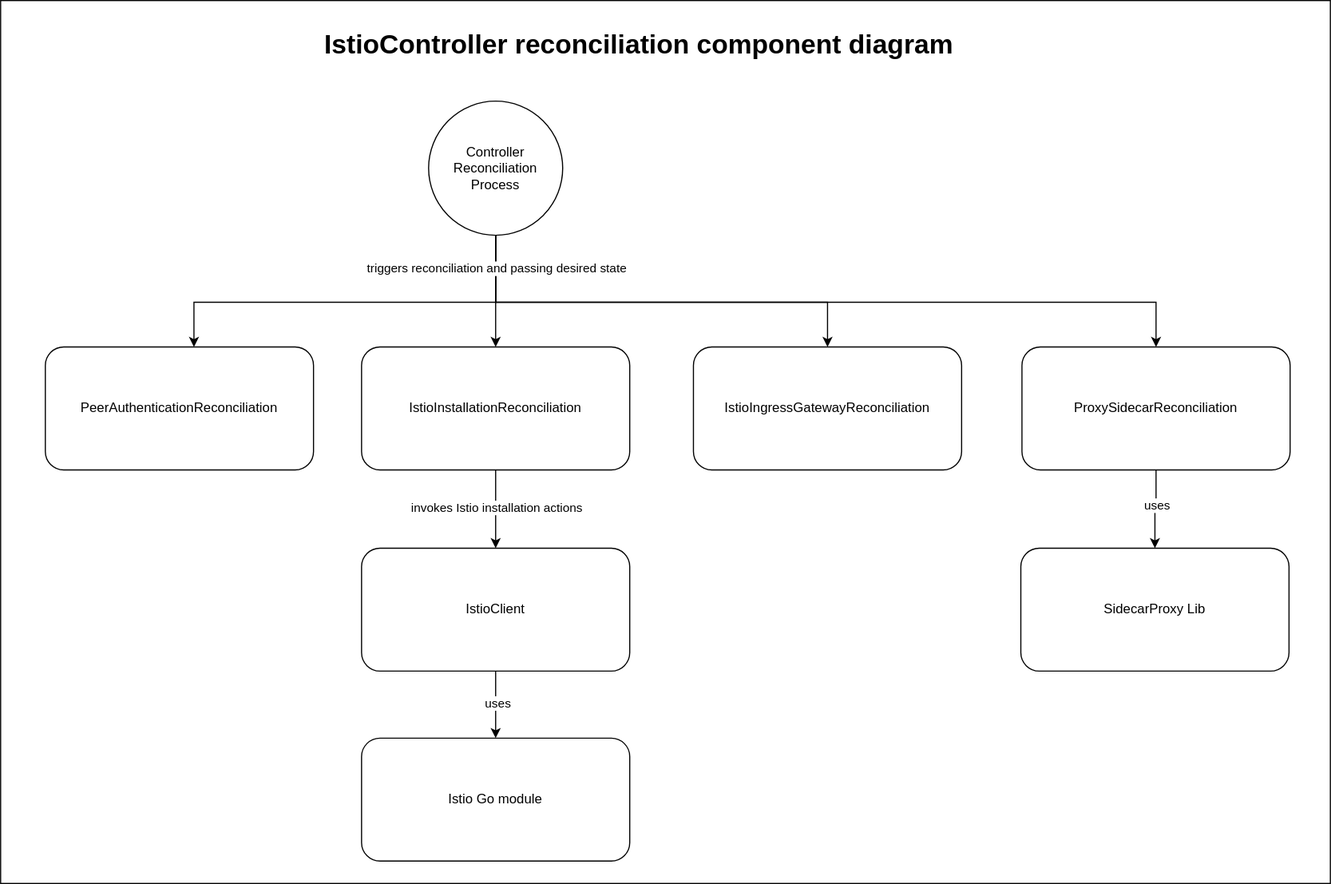
kyma-project/istio keeps this draw.io diagram as docs/assets/controller-component-diagram.svg. Above is the earlier version. Source tidied: cells renumbered, new cells last; positions are measured from the earlier drawing's top-left corner, leaving out a move shared by most shapes. Its diagram source:
```xml
<mxGraphModel>
  <root>
    <mxCell id="0" />
    <mxCell id="1" parent="0" />
    <mxCell id="2" style="rounded=0;whiteSpace=wrap;html=1;fillColor=none;" parent="1" vertex="1">
      <mxGeometry width="1190" height="790" as="geometry" />
    </mxCell>
    <mxCell id="3" style="edgeStyle=orthogonalEdgeStyle;rounded=0;jettySize=auto;html=1;entryX=0.5;entryY=0;entryDx=0;entryDy=0;" parent="1" edge="1" source="5" target="18">
      <mxGeometry relative="1" as="geometry" />
    </mxCell>
    <mxCell id="4" value="invokes Istio installation actions" style="edgeLabel;html=1;align=center;verticalAlign=middle;" parent="3" vertex="1">
      <mxGeometry x="-0.07" relative="1" as="geometry" />
    </mxCell>
    <mxCell id="5" value="IstioInstallationReconciliation" style="rounded=1;whiteSpace=wrap;html=1;" parent="1" vertex="1">
      <mxGeometry x="323" y="310" width="240" height="110" as="geometry" />
    </mxCell>
    <mxCell id="6" style="edgeStyle=orthogonalEdgeStyle;rounded=0;jettySize=auto;html=1;entryX=0.5;entryY=0;entryDx=0;entryDy=0;" parent="1" edge="1" target="5">
      <mxGeometry relative="1" as="geometry">
        <mxPoint x="443" y="190" as="sourcePoint" />
      </mxGeometry>
    </mxCell>
    <mxCell id="7" style="edgeStyle=orthogonalEdgeStyle;rounded=0;jettySize=auto;html=1;exitX=0.5;exitY=1;exitDx=0;exitDy=0;" parent="1" edge="1" target="19">
      <mxGeometry relative="1" as="geometry">
        <mxPoint x="443" y="190" as="sourcePoint" />
        <Array as="points">
          <mxPoint x="443" y="270" />
          <mxPoint x="173" y="270" />
        </Array>
      </mxGeometry>
    </mxCell>
    <mxCell id="8" style="edgeStyle=orthogonalEdgeStyle;rounded=0;jettySize=auto;html=1;entryX=0.5;entryY=1;entryDx=0;entryDy=0;startArrow=classic;startFill=1;endArrow=none;endFill=0;" parent="1" edge="1" source="10" target="12">
      <mxGeometry relative="1" as="geometry" />
    </mxCell>
    <mxCell id="9" value="uses" style="edgeLabel;html=1;align=center;verticalAlign=middle;" parent="8" vertex="1">
      <mxGeometry x="0.12" relative="1" as="geometry" />
    </mxCell>
    <mxCell id="10" value="SidecarProxy Lib" style="rounded=1;whiteSpace=wrap;html=1;" parent="1" vertex="1">
      <mxGeometry x="913" y="490" width="240" height="110" as="geometry" />
    </mxCell>
    <mxCell id="11" style="edgeStyle=orthogonalEdgeStyle;rounded=0;jettySize=auto;html=1;entryX=0.5;entryY=1;entryDx=0;entryDy=0;startArrow=classic;startFill=1;endArrow=none;endFill=0;" parent="1" edge="1" source="12">
      <mxGeometry relative="1" as="geometry">
        <mxPoint x="443" y="190" as="targetPoint" />
        <Array as="points">
          <mxPoint x="1034" y="270" />
          <mxPoint x="443" y="270" />
        </Array>
      </mxGeometry>
    </mxCell>
    <mxCell id="12" value="ProxySidecarReconciliation" style="rounded=1;whiteSpace=wrap;html=1;" parent="1" vertex="1">
      <mxGeometry x="914" y="310" width="240" height="110" as="geometry" />
    </mxCell>
    <mxCell id="13" style="edgeStyle=orthogonalEdgeStyle;rounded=0;jettySize=auto;html=1;entryX=0.5;entryY=1;entryDx=0;entryDy=0;startArrow=classic;startFill=1;endArrow=none;endFill=0;" parent="1" edge="1" source="15">
      <mxGeometry relative="1" as="geometry">
        <mxPoint x="443" y="190" as="targetPoint" />
        <Array as="points">
          <mxPoint x="740" y="270" />
          <mxPoint x="443" y="270" />
        </Array>
      </mxGeometry>
    </mxCell>
    <mxCell id="14" value="triggers reconciliation and passing desired state" style="edgeLabel;html=1;align=center;verticalAlign=middle;" parent="13" vertex="1">
      <mxGeometry x="0.61" y="-1" relative="1" as="geometry">
        <mxPoint x="-1" y="-30" as="offset" />
      </mxGeometry>
    </mxCell>
    <mxCell id="15" value="IstioIngressGatewayReconciliation" style="rounded=1;whiteSpace=wrap;html=1;" parent="1" vertex="1">
      <mxGeometry x="620" y="310" width="240" height="110" as="geometry" />
    </mxCell>
    <mxCell id="16" style="edgeStyle=orthogonalEdgeStyle;rounded=0;jettySize=auto;html=1;entryX=0.5;entryY=0;entryDx=0;entryDy=0;" parent="1" edge="1" source="18" target="22">
      <mxGeometry relative="1" as="geometry" />
    </mxCell>
    <mxCell id="17" value="uses" style="edgeLabel;html=1;align=center;verticalAlign=middle;" parent="16" vertex="1">
      <mxGeometry x="-0.07" y="1" relative="1" as="geometry" />
    </mxCell>
    <mxCell id="18" value="IstioClient" style="rounded=1;whiteSpace=wrap;html=1;" parent="1" vertex="1">
      <mxGeometry x="323" y="490" width="240" height="110" as="geometry" />
    </mxCell>
    <mxCell id="19" value="PeerAuthenticationReconciliation" style="rounded=1;whiteSpace=wrap;html=1;" parent="1" vertex="1">
      <mxGeometry x="40" y="310" width="240" height="110" as="geometry" />
    </mxCell>
    <mxCell id="20" value="&lt;h1&gt;IstioController reconciliation component diagram&lt;/h1&gt;" style="text;html=1;strokeColor=none;fillColor=none;spacing=5;spacingTop=-20;whiteSpace=wrap;overflow=hidden;rounded=0;" parent="1" vertex="1">
      <mxGeometry x="285" y="20" width="620" height="50" as="geometry" />
    </mxCell>
    <mxCell id="21" value="Controller Reconciliation Process" style="ellipse;whiteSpace=wrap;html=1;" parent="1" vertex="1">
      <mxGeometry x="383" y="90" width="120" height="120" as="geometry" />
    </mxCell>
    <mxCell id="22" value="Istio Go module" style="rounded=1;whiteSpace=wrap;html=1;" parent="1" vertex="1">
      <mxGeometry x="323" y="660" width="240" height="110" as="geometry" />
    </mxCell>
  </root>
</mxGraphModel>
```
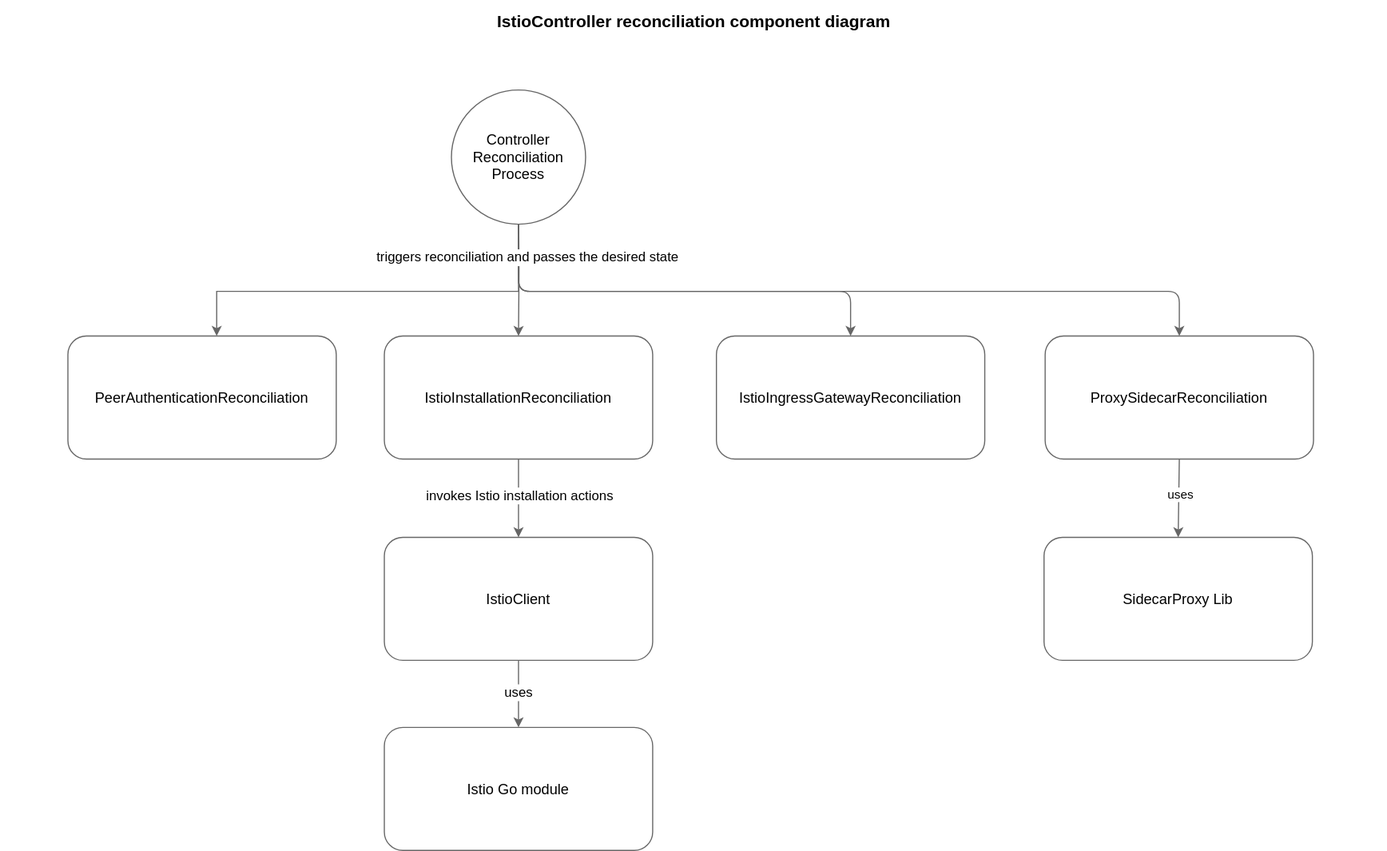
After the commit.

What changed in the source:
```diff
@@ -2,90 +2,92 @@
   <root>
     <mxCell id="0" />
     <mxCell id="1" parent="0" />
-    <mxCell id="2" style="rounded=0;whiteSpace=wrap;html=1;fillColor=none;" parent="1" vertex="1">
-      <mxGeometry width="1190" height="790" as="geometry" />
-    </mxCell>
-    <mxCell id="3" style="edgeStyle=orthogonalEdgeStyle;rounded=0;jettySize=auto;html=1;entryX=0.5;entryY=0;entryDx=0;entryDy=0;" parent="1" edge="1" source="5" target="18">
+    <mxCell id="3" style="edgeStyle=orthogonalEdgeStyle;rounded=1;jettySize=auto;html=1;entryX=0.5;entryY=0;entryDx=0;entryDy=0;strokeColor=#666666;" parent="1" edge="1" source="5" target="18">
       <mxGeometry relative="1" as="geometry" />
     </mxCell>
-    <mxCell id="4" value="invokes Istio installation actions" style="edgeLabel;html=1;align=center;verticalAlign=middle;" parent="3" vertex="1">
+    <mxCell id="4" value="invokes Istio installation actions" style="edgeLabel;html=1;align=center;verticalAlign=middle;fontSize=12;labelBackgroundColor=default;fontColor=#000000;" parent="3" vertex="1">
       <mxGeometry x="-0.07" relative="1" as="geometry" />
     </mxCell>
-    <mxCell id="5" value="IstioInstallationReconciliation" style="rounded=1;whiteSpace=wrap;html=1;" parent="1" vertex="1">
+    <mxCell id="5" value="IstioInstallationReconciliation" style="rounded=1;whiteSpace=wrap;html=1;fontSize=13;fontColor=#000000;strokeColor=#666666;" parent="1" vertex="1">
       <mxGeometry x="323" y="310" width="240" height="110" as="geometry" />
     </mxCell>
-    <mxCell id="6" style="edgeStyle=orthogonalEdgeStyle;rounded=0;jettySize=auto;html=1;entryX=0.5;entryY=0;entryDx=0;entryDy=0;" parent="1" edge="1" target="5">
-      <mxGeometry relative="1" as="geometry">
-        <mxPoint x="443" y="190" as="sourcePoint" />
-      </mxGeometry>
-    </mxCell>
-    <mxCell id="7" style="edgeStyle=orthogonalEdgeStyle;rounded=0;jettySize=auto;html=1;exitX=0.5;exitY=1;exitDx=0;exitDy=0;" parent="1" edge="1" target="19">
-      <mxGeometry relative="1" as="geometry">
-        <mxPoint x="443" y="190" as="sourcePoint" />
-        <Array as="points">
-          <mxPoint x="443" y="270" />
-          <mxPoint x="173" y="270" />
-        </Array>
-      </mxGeometry>
-    </mxCell>
-    <mxCell id="8" style="edgeStyle=orthogonalEdgeStyle;rounded=0;jettySize=auto;html=1;entryX=0.5;entryY=1;entryDx=0;entryDy=0;startArrow=classic;startFill=1;endArrow=none;endFill=0;" parent="1" edge="1" source="10" target="12">
-      <mxGeometry relative="1" as="geometry" />
-    </mxCell>
-    <mxCell id="9" value="uses" style="edgeLabel;html=1;align=center;verticalAlign=middle;" parent="8" vertex="1">
-      <mxGeometry x="0.12" relative="1" as="geometry" />
-    </mxCell>
+    <mxCell id="23" style="edgeStyle=orthogonalEdgeStyle;rounded=1;jettySize=auto;html=1;entryX=0.5;entryY=0;entryDx=0;entryDy=0;strokeColor=#666666;" parent="1" edge="1" target="5">
+      <mxGeometry relative="1" as="geometry">
+        <mxPoint x="443" y="190" as="sourcePoint" />
+      </mxGeometry>
+    </mxCell>
+    <mxCell id="24" style="edgeStyle=orthogonalEdgeStyle;rounded=0;jettySize=auto;html=1;exitX=0.5;exitY=1;exitDx=0;exitDy=0;strokeColor=#666666;" parent="1" edge="1" target="19">
+      <mxGeometry relative="1" as="geometry">
+        <mxPoint x="443" y="190" as="sourcePoint" />
+        <Array as="points">
+          <mxPoint x="443" y="270" />
+          <mxPoint x="173" y="270" />
+        </Array>
+      </mxGeometry>
+    </mxCell>
-    <mxCell id="10" value="SidecarProxy Lib" style="rounded=1;whiteSpace=wrap;html=1;" parent="1" vertex="1">
+    <mxCell id="10" value="SidecarProxy Lib" style="rounded=1;whiteSpace=wrap;html=1;fontSize=13;fontColor=#000000;strokeColor=#666666;" parent="1" vertex="1">
       <mxGeometry x="913" y="490" width="240" height="110" as="geometry" />
     </mxCell>
-    <mxCell id="11" style="edgeStyle=orthogonalEdgeStyle;rounded=0;jettySize=auto;html=1;entryX=0.5;entryY=1;entryDx=0;entryDy=0;startArrow=classic;startFill=1;endArrow=none;endFill=0;" parent="1" edge="1" source="12">
-      <mxGeometry relative="1" as="geometry">
-        <mxPoint x="443" y="190" as="targetPoint" />
-        <Array as="points">
-          <mxPoint x="1034" y="270" />
-          <mxPoint x="443" y="270" />
-        </Array>
-      </mxGeometry>
-    </mxCell>
+    <mxCell id="25" style="edgeStyle=orthogonalEdgeStyle;rounded=1;jettySize=auto;html=1;entryX=0.5;entryY=1;entryDx=0;entryDy=0;startArrow=classic;startFill=1;endArrow=none;endFill=0;strokeColor=#666666;" parent="1" edge="1" source="12">
+      <mxGeometry relative="1" as="geometry">
+        <mxPoint x="443" y="190" as="targetPoint" />
+        <Array as="points">
+          <mxPoint x="1034" y="270" />
+          <mxPoint x="443" y="270" />
+        </Array>
+      </mxGeometry>
+    </mxCell>
-    <mxCell id="12" value="ProxySidecarReconciliation" style="rounded=1;whiteSpace=wrap;html=1;" parent="1" vertex="1">
+    <mxCell id="12" value="ProxySidecarReconciliation" style="rounded=1;whiteSpace=wrap;html=1;fontSize=13;fontColor=#000000;strokeColor=#666666;" parent="1" vertex="1">
       <mxGeometry x="914" y="310" width="240" height="110" as="geometry" />
     </mxCell>
-    <mxCell id="13" style="edgeStyle=orthogonalEdgeStyle;rounded=0;jettySize=auto;html=1;entryX=0.5;entryY=1;entryDx=0;entryDy=0;startArrow=classic;startFill=1;endArrow=none;endFill=0;" parent="1" edge="1" source="15">
-      <mxGeometry relative="1" as="geometry">
-        <mxPoint x="443" y="190" as="targetPoint" />
-        <Array as="points">
-          <mxPoint x="740" y="270" />
-          <mxPoint x="443" y="270" />
-        </Array>
-      </mxGeometry>
-    </mxCell>
-    <mxCell id="14" value="triggers reconciliation and passing desired state" style="edgeLabel;html=1;align=center;verticalAlign=middle;" parent="13" vertex="1">
-      <mxGeometry x="0.61" y="-1" relative="1" as="geometry">
-        <mxPoint x="-1" y="-30" as="offset" />
-      </mxGeometry>
-    </mxCell>
+    <mxCell id="26" style="edgeStyle=orthogonalEdgeStyle;rounded=1;jettySize=auto;html=1;entryX=0.5;entryY=1;entryDx=0;entryDy=0;startArrow=classic;startFill=1;endArrow=none;endFill=0;strokeColor=#666666;" parent="1" edge="1" source="15">
+      <mxGeometry relative="1" as="geometry">
+        <mxPoint x="443" y="190" as="targetPoint" />
+        <Array as="points">
+          <mxPoint x="740" y="270" />
+          <mxPoint x="443" y="270" />
+        </Array>
+      </mxGeometry>
+    </mxCell>
+    <mxCell id="27" value="triggers reconciliation and passes the desired state" style="edgeLabel;html=1;align=center;verticalAlign=middle;fontSize=12;labelBackgroundColor=default;" parent="26" vertex="1">
+      <mxGeometry x="0.61" y="-1" relative="1" as="geometry">
+        <mxPoint x="6" y="-30" as="offset" />
+      </mxGeometry>
+    </mxCell>
-    <mxCell id="15" value="IstioIngressGatewayReconciliation" style="rounded=1;whiteSpace=wrap;html=1;" parent="1" vertex="1">
+    <mxCell id="15" value="IstioIngressGatewayReconciliation" style="rounded=1;whiteSpace=wrap;html=1;fontSize=13;fontColor=#000000;strokeColor=#666666;" parent="1" vertex="1">
       <mxGeometry x="620" y="310" width="240" height="110" as="geometry" />
     </mxCell>
-    <mxCell id="16" style="edgeStyle=orthogonalEdgeStyle;rounded=0;jettySize=auto;html=1;entryX=0.5;entryY=0;entryDx=0;entryDy=0;" parent="1" edge="1" source="18" target="22">
+    <mxCell id="16" style="edgeStyle=orthogonalEdgeStyle;rounded=0;jettySize=auto;html=1;entryX=0.5;entryY=0;entryDx=0;entryDy=0;strokeColor=#666666;" parent="1" edge="1" source="18" target="22">
       <mxGeometry relative="1" as="geometry" />
     </mxCell>
-    <mxCell id="17" value="uses" style="edgeLabel;html=1;align=center;verticalAlign=middle;" parent="16" vertex="1">
-      <mxGeometry x="-0.07" y="1" relative="1" as="geometry" />
-    </mxCell>
+    <mxCell id="28" value="uses" style="edgeLabel;html=1;align=center;verticalAlign=middle;fontSize=12;labelBackgroundColor=#FFFFFF;fontColor=#000000;" parent="16" vertex="1">
+      <mxGeometry x="-0.07" y="1" relative="1" as="geometry">
+        <mxPoint x="-2" as="offset" />
+      </mxGeometry>
+    </mxCell>
-    <mxCell id="18" value="IstioClient" style="rounded=1;whiteSpace=wrap;html=1;" parent="1" vertex="1">
+    <mxCell id="18" value="IstioClient" style="rounded=1;whiteSpace=wrap;html=1;fontSize=13;fontColor=#000000;strokeColor=#666666;" parent="1" vertex="1">
       <mxGeometry x="323" y="490" width="240" height="110" as="geometry" />
     </mxCell>
-    <mxCell id="19" value="PeerAuthenticationReconciliation" style="rounded=1;whiteSpace=wrap;html=1;" parent="1" vertex="1">
+    <mxCell id="19" value="PeerAuthenticationReconciliation" style="rounded=1;whiteSpace=wrap;html=1;fontSize=13;fontColor=#000000;strokeColor=#666666;" parent="1" vertex="1">
       <mxGeometry x="40" y="310" width="240" height="110" as="geometry" />
     </mxCell>
-    <mxCell id="20" value="&lt;h1&gt;IstioController reconciliation component diagram&lt;/h1&gt;" style="text;html=1;strokeColor=none;fillColor=none;spacing=5;spacingTop=-20;whiteSpace=wrap;overflow=hidden;rounded=0;" parent="1" vertex="1">
-      <mxGeometry x="285" y="20" width="620" height="50" as="geometry" />
+    <mxCell id="20" value="&lt;h1 style=&quot;font-size: 15px;&quot;&gt;&lt;font style=&quot;font-size: 15px;&quot;&gt;IstioController reconciliation component diagram&lt;/font&gt;&lt;/h1&gt;" style="text;html=1;strokeColor=none;fillColor=none;spacing=5;spacingTop=-20;whiteSpace=wrap;overflow=hidden;rounded=0;fontSize=15;align=center;" parent="1" vertex="1">
+      <mxGeometry x="-20" y="20" width="1240" height="50" as="geometry" />
     </mxCell>
-    <mxCell id="21" value="Controller Reconciliation Process" style="ellipse;whiteSpace=wrap;html=1;" parent="1" vertex="1">
+    <mxCell id="21" value="&lt;font style=&quot;font-size: 13px;&quot;&gt;Controller Reconciliation Process&lt;/font&gt;" style="ellipse;whiteSpace=wrap;html=1;fontSize=13;fontColor=#000000;strokeColor=#666666;" parent="1" vertex="1">
       <mxGeometry x="383" y="90" width="120" height="120" as="geometry" />
     </mxCell>
-    <mxCell id="22" value="Istio Go module" style="rounded=1;whiteSpace=wrap;html=1;" parent="1" vertex="1">
+    <mxCell id="22" value="Istio Go module" style="rounded=1;whiteSpace=wrap;html=1;fontSize=13;fontColor=#000000;strokeColor=#666666;" parent="1" vertex="1">
       <mxGeometry x="323" y="660" width="240" height="110" as="geometry" />
     </mxCell>
+    <mxCell id="29" style="edgeStyle=orthogonalEdgeStyle;rounded=1;orthogonalLoop=1;jettySize=auto;html=1;entryX=0.5;entryY=1;entryDx=0;entryDy=0;startArrow=classic;startFill=1;endArrow=none;endFill=0;strokeColor=#666666;" parent="1" edge="1">
+      <mxGeometry relative="1" as="geometry">
+        <mxPoint x="1033" y="490" as="sourcePoint" />
+        <mxPoint x="1034" y="420" as="targetPoint" />
+      </mxGeometry>
+    </mxCell>
+    <mxCell id="30" value="uses" style="edgeLabel;html=1;align=center;verticalAlign=middle;labelBackgroundColor=#FFFFFF;" parent="29" vertex="1">
+      <mxGeometry x="0.12" relative="1" as="geometry" />
+    </mxCell>
   </root>
 </mxGraphModel>
```
